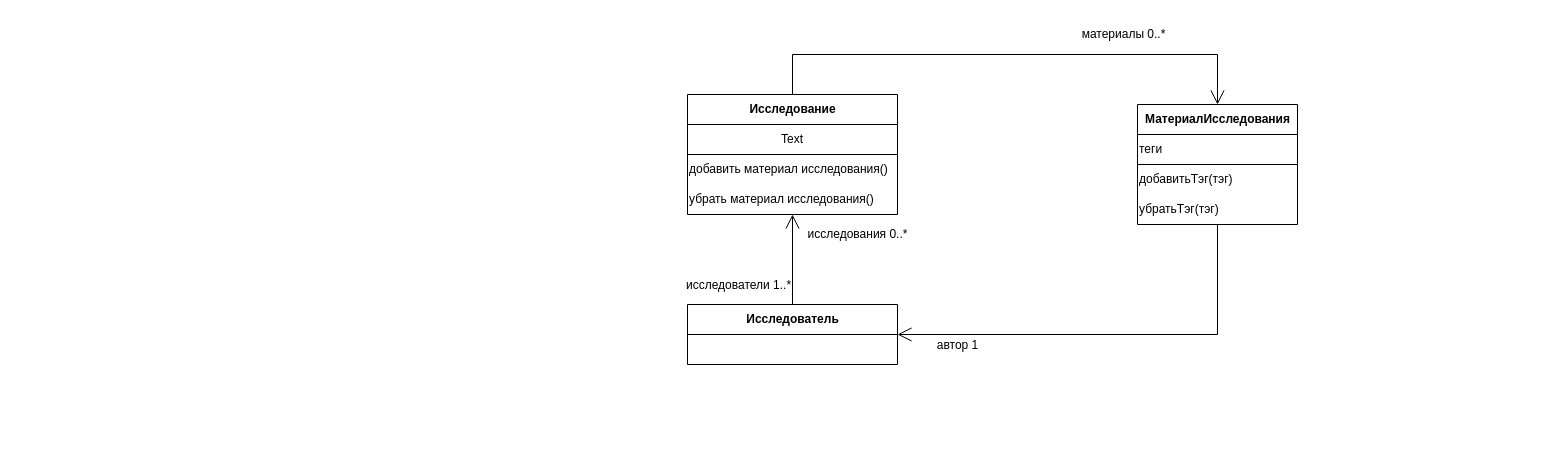
black-jack-j/jurassiccrm keeps this draw.io diagram as docs/SAD/class-diagrams/create-document-uc-view.drawio. Above is the earlier version. Source tidied: cells renumbered, new cells numbered last; positions are measured from the earlier drawing's top-left corner, leaving out a move shared by most shapes. Both pictures are drawn from the tidied source at 100%, with x=0, y=0 at pixel (687, 54).
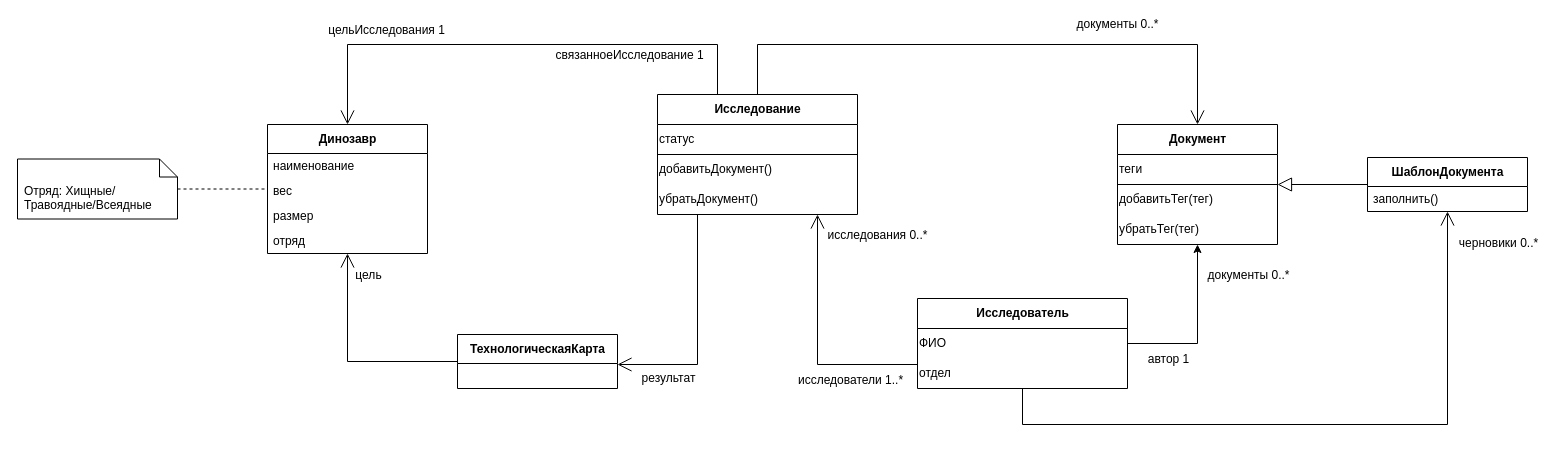
The same diagram, later.

Diff of the diagram source:
```diff
@@
-    <mxCell id="2" value="материалы 0..*" style="edgeStyle=orthogonalEdgeStyle;rounded=0;jettySize=auto;html=1;endArrow=open;endFill=0;endSize=12;fontSize=12;entryX=0.5;entryY=0;entryDx=0;entryDy=0;" parent="1" edge="1" source="3" target="10">
+    <mxCell id="2" value="документы 0..*" style="edgeStyle=orthogonalEdgeStyle;rounded=0;jettySize=auto;html=1;endArrow=open;endFill=0;endSize=12;fontSize=12;entryX=0.5;entryY=0;entryDx=0;entryDy=0;" parent="1" edge="1" source="3" target="10">
       <mxGeometry x="0.44" y="20" relative="1" as="geometry">
         <Array as="points">
-          <mxPoint x="105" />
-          <mxPoint x="530" />
+          <mxPoint x="70" y="-10" />
+          <mxPoint x="510" y="-10" />
         </Array>
       </mxGeometry>
     </mxCell>
+    <mxCell id="19" style="edgeStyle=orthogonalEdgeStyle;rounded=0;jettySize=auto;html=1;fontSize=12;endArrow=open;endFill=0;endSize=12;entryX=0.5;entryY=0;entryDx=0;entryDy=0;" parent="1" edge="1" source="3" target="30">
+      <mxGeometry relative="1" as="geometry">
+        <Array as="points">
+          <mxPoint x="30" y="-10" />
+          <mxPoint x="-340" y="-10" />
+        </Array>
+      </mxGeometry>
+    </mxCell>
+    <mxCell id="20" value="цельИсследования 1" style="edgeLabel;html=1;align=center;verticalAlign=middle;fontSize=12;" parent="19" vertex="1">
+      <mxGeometry x="0.64" y="-1" relative="1" as="geometry">
+        <mxPoint x="28" y="-14" as="offset" />
+      </mxGeometry>
+    </mxCell>
+    <mxCell id="21" value="связанноеИсследование 1" style="edgeLabel;html=1;align=center;verticalAlign=middle;fontSize=12;" parent="19" vertex="1">
+      <mxGeometry x="-0.57" y="-2" relative="1" as="geometry">
+        <mxPoint x="-31" y="12" as="offset" />
+      </mxGeometry>
+    </mxCell>
     <mxCell id="3" value="Исследование" style="swimlane;fontStyle=1;align=center;verticalAlign=middle;horizontal=1;startSize=30;html=1;" parent="1" vertex="1">
-      <mxGeometry y="40" width="210" height="120" as="geometry" />
+      <mxGeometry x="-30" y="40" width="200" height="120" as="geometry" />
     </mxCell>
-    <mxCell id="4" value="Text" style="text;html=1;strokeColor=none;fillColor=none;align=center;verticalAlign=middle;whiteSpace=wrap;rounded=0;" parent="3" vertex="1">
-      <mxGeometry y="30" width="210" height="30" as="geometry" />
+    <mxCell id="4" value="статус" style="text;html=1;strokeColor=none;fillColor=none;align=left;verticalAlign=middle;whiteSpace=wrap;rounded=0;" parent="3" vertex="1">
+      <mxGeometry y="30" width="200" height="30" as="geometry" />
     </mxCell>
@@
-    <mxCell id="6" value="добавить материал исследования()" style="text;html=1;strokeColor=none;fillColor=none;align=left;verticalAlign=middle;whiteSpace=wrap;rounded=0;" parent="3" vertex="1">
-      <mxGeometry y="60" width="210" height="30" as="geometry" />
+    <mxCell id="6" value="добавитьДокумент()" style="text;html=1;strokeColor=none;fillColor=none;align=left;verticalAlign=middle;whiteSpace=wrap;rounded=0;" parent="3" vertex="1">
+      <mxGeometry y="60" width="200" height="30" as="geometry" />
     </mxCell>
-    <mxCell id="7" value="убрать материал исследования()" style="text;html=1;strokeColor=none;fillColor=none;align=left;verticalAlign=middle;whiteSpace=wrap;rounded=0;" parent="3" vertex="1">
-      <mxGeometry y="90" width="210" height="30" as="geometry" />
+    <mxCell id="7" value="убратьДокумент()" style="text;html=1;strokeColor=none;fillColor=none;align=left;verticalAlign=middle;whiteSpace=wrap;rounded=0;" parent="3" vertex="1">
+      <mxGeometry y="90" width="200" height="30" as="geometry" />
     </mxCell>
-    <mxCell id="8" style="edgeStyle=orthogonalEdgeStyle;rounded=0;jettySize=auto;html=1;entryX=1;entryY=0.5;entryDx=0;entryDy=0;fontSize=12;endArrow=open;endFill=0;endSize=12;" parent="1" edge="1" source="10" target="17">
+    <mxCell id="8" style="edgeStyle=orthogonalEdgeStyle;rounded=0;jettySize=auto;html=1;entryX=1;entryY=0.5;entryDx=0;entryDy=0;fontSize=12;endArrow=none;endFill=0;endSize=12;startArrow=classic;startFill=1;" parent="1" edge="1" source="10" target="17">
       <mxGeometry relative="1" as="geometry">
         <Array as="points">
-          <mxPoint x="530" y="280" />
+          <mxPoint x="510" y="289" />
         </Array>
       </mxGeometry>
     </mxCell>
     <mxCell id="9" value="автор 1" style="edgeLabel;html=1;align=center;verticalAlign=middle;fontSize=12;" parent="8" vertex="1">
       <mxGeometry x="0.53" y="-1" relative="1" as="geometry">
-        <mxPoint x="-42" y="11" as="offset" />
+        <mxPoint y="16" as="offset" />
       </mxGeometry>
     </mxCell>
+    <mxCell id="22" value="документы 0..*" style="edgeLabel;html=1;align=center;verticalAlign=middle;fontSize=12;" parent="8" vertex="1">
+      <mxGeometry x="-0.82" y="-2" relative="1" as="geometry">
+        <mxPoint x="52" y="15" as="offset" />
+      </mxGeometry>
+    </mxCell>
-    <mxCell id="10" value="МатериалИсследования" style="swimlane;fontStyle=1;align=center;verticalAlign=middle;horizontal=1;startSize=30;html=1;" parent="1" vertex="1">
-      <mxGeometry x="450" y="50" width="160" height="120" as="geometry" />
+    <mxCell id="10" value="Документ" style="swimlane;fontStyle=1;align=center;verticalAlign=middle;horizontal=1;startSize=30;html=1;" parent="1" vertex="1">
+      <mxGeometry x="430" y="70" width="160" height="120" as="geometry" />
     </mxCell>
@@
-    <mxCell id="13" value="добавитьТэг(тэг)" style="text;html=1;strokeColor=none;fillColor=none;align=left;verticalAlign=middle;whiteSpace=wrap;rounded=0;fontSize=12;" parent="10" vertex="1">
+    <mxCell id="13" value="добавитьТег(тег)" style="text;html=1;strokeColor=none;fillColor=none;align=left;verticalAlign=middle;whiteSpace=wrap;rounded=0;fontSize=12;" parent="10" vertex="1">
       <mxGeometry y="60" width="160" height="30" as="geometry" />
     </mxCell>
-    <mxCell id="14" value="убратьТэг(тэг)" style="text;html=1;strokeColor=none;fillColor=none;align=left;verticalAlign=middle;whiteSpace=wrap;rounded=0;fontSize=12;" parent="10" vertex="1">
+    <mxCell id="14" value="убратьТег(тег)" style="text;html=1;strokeColor=none;fillColor=none;align=left;verticalAlign=middle;whiteSpace=wrap;rounded=0;fontSize=12;" parent="10" vertex="1">
       <mxGeometry y="90" width="160" height="30" as="geometry" />
     </mxCell>
-    <mxCell id="15" value="исследования 0..*" style="edgeStyle=orthogonalEdgeStyle;rounded=0;jettySize=auto;html=1;entryX=0.5;entryY=1;entryDx=0;entryDy=0;fontSize=12;endArrow=open;endFill=0;endSize=12;" parent="1" edge="1" source="17" target="7">
-      <mxGeometry x="0.56" y="-65" relative="1" as="geometry" />
+    <mxCell id="15" value="исследования 0..*" style="edgeStyle=orthogonalEdgeStyle;rounded=0;jettySize=auto;html=1;fontSize=12;endArrow=open;endFill=0;endSize=12;" parent="1" edge="1" source="17">
+      <mxGeometry x="0.83" y="-60" relative="1" as="geometry">
+        <mxPoint x="130" y="160" as="targetPoint" />
+        <Array as="points">
+          <mxPoint x="130" y="310" />
+        </Array>
+      </mxGeometry>
     </mxCell>
     <mxCell id="16" value="исследователи 1..*" style="edgeLabel;html=1;align=center;verticalAlign=middle;fontSize=12;" parent="15" vertex="1">
       <mxGeometry x="-0.24" y="2" relative="1" as="geometry">
-        <mxPoint x="-53" y="14" as="offset" />
+        <mxPoint x="27" y="13" as="offset" />
       </mxGeometry>
     </mxCell>
+    <mxCell id="23" style="edgeStyle=orthogonalEdgeStyle;rounded=0;jettySize=auto;html=1;fontSize=12;startArrow=none;startFill=0;endArrow=open;endFill=0;endSize=12;" parent="1" edge="1" source="17" target="28">
+      <mxGeometry relative="1" as="geometry">
+        <Array as="points">
+          <mxPoint x="335" y="370" />
+          <mxPoint x="760" y="370" />
+        </Array>
+      </mxGeometry>
+    </mxCell>
+    <mxCell id="24" value="черновики 0..*" style="edgeLabel;html=1;align=center;verticalAlign=middle;fontSize=12;" parent="23" vertex="1">
+      <mxGeometry x="0.9" y="2" relative="1" as="geometry">
+        <mxPoint x="52" y="-3" as="offset" />
+      </mxGeometry>
+    </mxCell>
     <mxCell id="17" value="Исследователь" style="swimlane;fontStyle=1;align=center;verticalAlign=middle;horizontal=1;startSize=30;html=1;" parent="1" vertex="1">
-      <mxGeometry y="250" width="210" height="60" as="geometry" />
+      <mxGeometry x="230" y="244" width="210" height="90" as="geometry" />
     </mxCell>
@@
+    <mxCell id="25" value="ФИО" style="text;html=1;strokeColor=none;fillColor=none;align=left;verticalAlign=middle;whiteSpace=wrap;rounded=0;fontSize=12;" parent="17" vertex="1">
+      <mxGeometry y="30" width="210" height="30" as="geometry" />
+    </mxCell>
+    <mxCell id="26" value="отдел" style="text;html=1;strokeColor=none;fillColor=none;align=left;verticalAlign=middle;whiteSpace=wrap;rounded=0;fontSize=12;" parent="17" vertex="1">
+      <mxGeometry y="60" width="210" height="30" as="geometry" />
+    </mxCell>
+    <mxCell id="27" style="edgeStyle=orthogonalEdgeStyle;rounded=0;jettySize=auto;html=1;fontSize=12;startArrow=none;startFill=0;endArrow=block;endFill=0;endSize=12;" parent="1" edge="1" source="28" target="10">
+      <mxGeometry relative="1" as="geometry" />
+    </mxCell>
+    <mxCell id="28" value="ШаблонДокумента" style="swimlane;fontStyle=1;align=center;verticalAlign=middle;horizontal=1;startSize=29;html=1;fontSize=12;" parent="1" vertex="1">
+      <mxGeometry x="680" y="103" width="160" height="54" as="geometry" />
+    </mxCell>
+    <mxCell id="29" value="заполнить()" style="text;html=1;strokeColor=none;fillColor=none;align=left;verticalAlign=middle;spacingLeft=4;spacingRight=4;overflow=hidden;fontSize=12;" parent="28" vertex="1">
+      <mxGeometry y="29" width="160" height="25" as="geometry" />
+    </mxCell>
+    <mxCell id="30" value="Динозавр" style="swimlane;fontStyle=1;align=center;verticalAlign=middle;horizontal=1;startSize=29;html=1;fontSize=12;" parent="1" vertex="1">
+      <mxGeometry x="-420" y="70" width="160" height="129" as="geometry" />
+    </mxCell>
+    <mxCell id="31" value="наименование" style="text;html=1;strokeColor=none;fillColor=none;align=left;verticalAlign=middle;spacingLeft=4;spacingRight=4;overflow=hidden;fontSize=12;" parent="30" vertex="1">
+      <mxGeometry y="29" width="160" height="25" as="geometry" />
+    </mxCell>
+    <mxCell id="32" value="вес" style="text;html=1;strokeColor=none;fillColor=none;align=left;verticalAlign=middle;spacingLeft=4;spacingRight=4;overflow=hidden;fontSize=12;" parent="30" vertex="1">
+      <mxGeometry y="54" width="160" height="25" as="geometry" />
+    </mxCell>
+    <mxCell id="33" value="размер" style="text;html=1;strokeColor=none;fillColor=none;align=left;verticalAlign=middle;spacingLeft=4;spacingRight=4;overflow=hidden;fontSize=12;" parent="30" vertex="1">
+      <mxGeometry y="79" width="160" height="25" as="geometry" />
+    </mxCell>
+    <mxCell id="34" value="отряд" style="text;html=1;strokeColor=none;fillColor=none;align=left;verticalAlign=middle;spacingLeft=4;spacingRight=4;overflow=hidden;fontSize=12;" parent="30" vertex="1">
+      <mxGeometry y="104" width="160" height="25" as="geometry" />
+    </mxCell>
+    <mxCell id="35" style="edgeStyle=orthogonalEdgeStyle;rounded=0;jettySize=auto;html=1;fontSize=12;endArrow=none;endFill=0;endSize=12;dashed=1;" parent="1" edge="1" source="36" target="30">
+      <mxGeometry relative="1" as="geometry" />
+    </mxCell>
+    <mxCell id="36" value="Отряд: Хищные/Травоядные/Всеядные" style="shape=note2;boundedLbl=1;whiteSpace=wrap;html=1;size=18;verticalAlign=top;align=left;spacingLeft=5;fontSize=12;" parent="1" vertex="1">
+      <mxGeometry x="-670" y="104.5" width="160" height="60" as="geometry" />
+    </mxCell>
+    <mxCell id="37" style="edgeStyle=orthogonalEdgeStyle;rounded=0;jettySize=auto;html=1;fontSize=12;endArrow=open;endFill=0;endSize=12;" parent="1" edge="1" source="41" target="30">
+      <mxGeometry relative="1" as="geometry" />
+    </mxCell>
+    <mxCell id="38" value="цель" style="edgeLabel;html=1;align=center;verticalAlign=middle;fontSize=12;" parent="37" vertex="1">
+      <mxGeometry x="0.57" y="-2" relative="1" as="geometry">
+        <mxPoint x="18" y="-26" as="offset" />
+      </mxGeometry>
+    </mxCell>
+    <mxCell id="39" style="edgeStyle=orthogonalEdgeStyle;rounded=0;jettySize=auto;html=1;fontSize=12;endArrow=none;endFill=0;endSize=12;startArrow=open;startFill=0;startSize=12;" parent="1" edge="1" source="41" target="3">
+      <mxGeometry relative="1" as="geometry">
+        <Array as="points">
+          <mxPoint x="10" y="310" />
+        </Array>
+      </mxGeometry>
+    </mxCell>
+    <mxCell id="40" value="результат" style="edgeLabel;html=1;align=center;verticalAlign=middle;fontSize=12;" parent="39" vertex="1">
+      <mxGeometry x="-0.71" y="-1" relative="1" as="geometry">
+        <mxPoint x="17" y="12" as="offset" />
+      </mxGeometry>
+    </mxCell>
+    <mxCell id="41" value="ТехнологическаяКарта" style="swimlane;fontStyle=1;align=center;verticalAlign=middle;horizontal=1;startSize=29;html=1;fontSize=12;" parent="1" vertex="1">
+      <mxGeometry x="-230" y="280" width="160" height="54" as="geometry" />
+    </mxCell>
```
